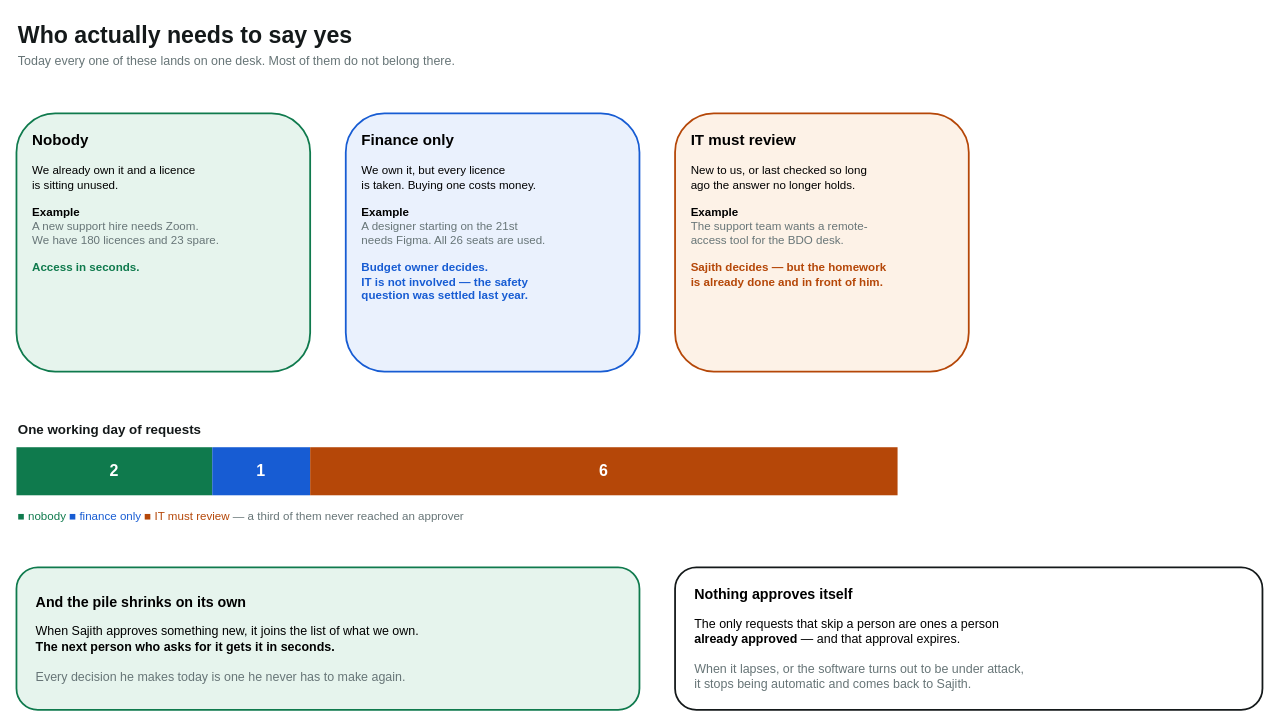
Earlier version of the draw.io diagram page "Who says yes" (2 of 3) of docs/greenlight-business.drawio (lakshitha-dev/greenlight). Source tidied: cells renumbered, new cells numbered last; positions are measured from the earlier drawing's top-left corner, leaving out a move shared by most shapes. Both pictures are drawn from the tidied source at 89%, with x=0, y=0 at pixel (16, 15).
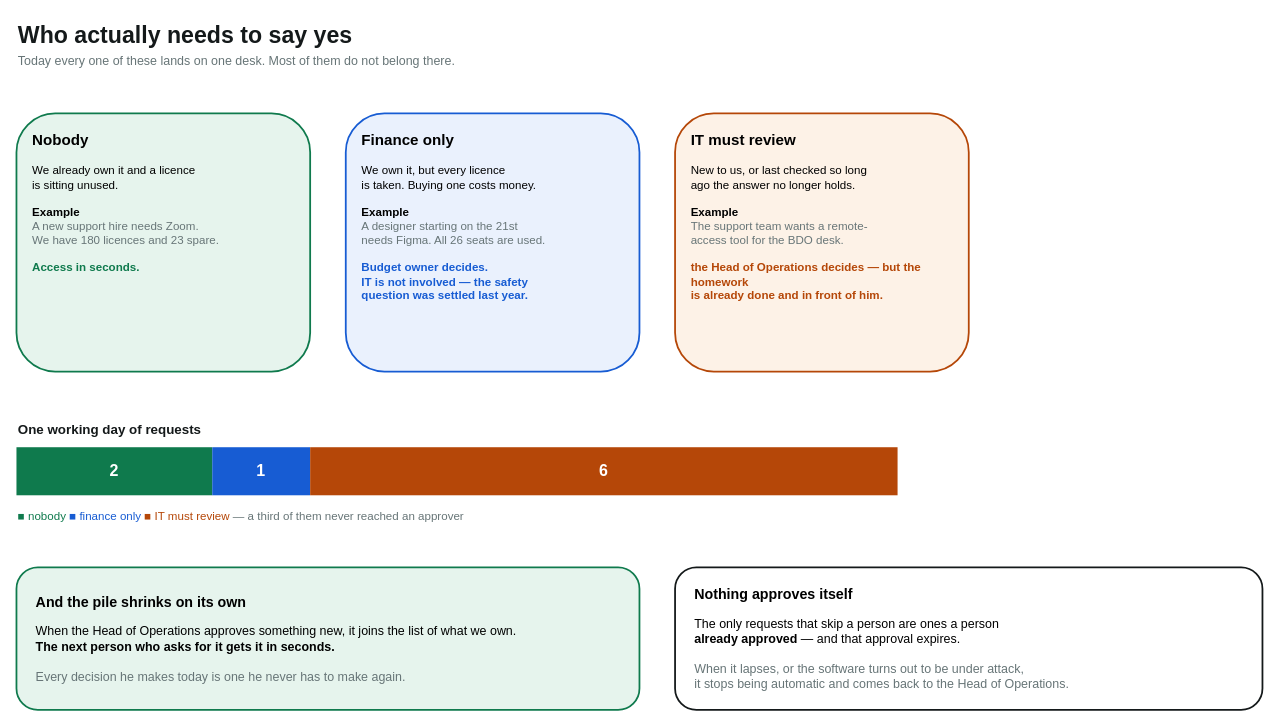
After the change.

Change to the diagram source:
```diff
@@
 <mxGraphModel>
   <root>
     <mxCell id="0" />
     <mxCell id="1" parent="0" />
     <mxCell id="2" value="Who actually needs to say yes" style="text;html=1;align=left;fontSize=26;fontStyle=1;fontColor=#14191a;" parent="1" vertex="1">
       <mxGeometry width="800" height="36" as="geometry" />
     </mxCell>
     <mxCell id="3" value="Today every one of these lands on one desk. Most of them do not belong there." style="text;html=1;align=left;fontSize=14;fontColor=#677577;" parent="1" vertex="1">
       <mxGeometry y="36" width="1000" height="24" as="geometry" />
     </mxCell>
     <mxCell id="4" value="&lt;b style=&quot;font-size:17px&quot;&gt;Nobody&lt;/b&gt;&lt;br&gt;&lt;br&gt;&lt;font style=&quot;font-size:13px&quot;&gt;We already own it and a licence&lt;br&gt;is sitting unused.&lt;br&gt;&lt;br&gt;&lt;b&gt;Example&lt;/b&gt;&lt;br&gt;&lt;font style=&quot;color:#677577&quot;&gt;A new support hire needs Zoom.&lt;br&gt;We have 180 licences and 23 spare.&lt;/font&gt;&lt;br&gt;&lt;br&gt;&lt;b style=&quot;color:#0f7a4d&quot;&gt;Access in seconds.&lt;/b&gt;&lt;/font&gt;" style="rounded=1;whiteSpace=wrap;html=1;fillColor=#e6f4ed;strokeColor=#0f7a4d;strokeWidth=2;fontSize=13;align=left;spacingLeft=16;verticalAlign=top;spacingTop=14;" parent="1" vertex="1">
       <mxGeometry y="110" width="330" height="290" as="geometry" />
     </mxCell>
     <mxCell id="5" value="&lt;b style=&quot;font-size:17px&quot;&gt;Finance only&lt;/b&gt;&lt;br&gt;&lt;br&gt;&lt;font style=&quot;font-size:13px&quot;&gt;We own it, but every licence&lt;br&gt;is taken. Buying one costs money.&lt;br&gt;&lt;br&gt;&lt;b&gt;Example&lt;/b&gt;&lt;br&gt;&lt;font style=&quot;color:#677577&quot;&gt;A designer starting on the 21st&lt;br&gt;needs Figma. All 26 seats are used.&lt;/font&gt;&lt;br&gt;&lt;br&gt;&lt;b style=&quot;color:#175cd3&quot;&gt;Budget owner decides.&lt;br&gt;IT is not involved — the safety&lt;br&gt;question was settled last year.&lt;/b&gt;&lt;/font&gt;" style="rounded=1;whiteSpace=wrap;html=1;fillColor=#eaf1fd;strokeColor=#175cd3;strokeWidth=2;fontSize=13;align=left;spacingLeft=16;verticalAlign=top;spacingTop=14;" parent="1" vertex="1">
       <mxGeometry x="370" y="110" width="330" height="290" as="geometry" />
     </mxCell>
-    <mxCell id="6" value="&lt;b style=&quot;font-size:17px&quot;&gt;IT must review&lt;/b&gt;&lt;br&gt;&lt;br&gt;&lt;font style=&quot;font-size:13px&quot;&gt;New to us, or last checked so long&lt;br&gt;ago the answer no longer holds.&lt;br&gt;&lt;br&gt;&lt;b&gt;Example&lt;/b&gt;&lt;br&gt;&lt;font style=&quot;color:#677577&quot;&gt;The support team wants a remote-&lt;br&gt;access tool for the BDO desk.&lt;/font&gt;&lt;br&gt;&lt;br&gt;&lt;b style=&quot;color:#b54708&quot;&gt;Sajith decides — but the homework&lt;br&gt;is already done and in front of him.&lt;/b&gt;&lt;/font&gt;" style="rounded=1;whiteSpace=wrap;html=1;fillColor=#fdf2e7;strokeColor=#b54708;strokeWidth=2;fontSize=13;align=left;spacingLeft=16;verticalAlign=top;spacingTop=14;" parent="1" vertex="1">
+    <mxCell id="6" value="&lt;b style=&quot;font-size:17px&quot;&gt;IT must review&lt;/b&gt;&lt;br&gt;&lt;br&gt;&lt;font style=&quot;font-size:13px&quot;&gt;New to us, or last checked so long&lt;br&gt;ago the answer no longer holds.&lt;br&gt;&lt;br&gt;&lt;b&gt;Example&lt;/b&gt;&lt;br&gt;&lt;font style=&quot;color:#677577&quot;&gt;The support team wants a remote-&lt;br&gt;access tool for the BDO desk.&lt;/font&gt;&lt;br&gt;&lt;br&gt;&lt;b style=&quot;color:#b54708&quot;&gt;the Head of Operations decides — but the homework&lt;br&gt;is already done and in front of him.&lt;/b&gt;&lt;/font&gt;" style="rounded=1;whiteSpace=wrap;html=1;fillColor=#fdf2e7;strokeColor=#b54708;strokeWidth=2;fontSize=13;align=left;spacingLeft=16;verticalAlign=top;spacingTop=14;" parent="1" vertex="1">
       <mxGeometry x="740" y="110" width="330" height="290" as="geometry" />
     </mxCell>
     <mxCell id="7" value="&lt;b&gt;One working day of requests&lt;/b&gt;" style="text;html=1;align=left;fontSize=15;fontColor=#14191a;" parent="1" vertex="1">
       <mxGeometry y="450" width="500" height="24" as="geometry" />
     </mxCell>
     <mxCell id="8" value="2" style="rounded=0;whiteSpace=wrap;html=1;fillColor=#0f7a4d;strokeColor=none;fontColor=#ffffff;fontSize=18;fontStyle=1;" parent="1" vertex="1">
       <mxGeometry y="485" width="220" height="54" as="geometry" />
     </mxCell>
     <mxCell id="9" value="1" style="rounded=0;whiteSpace=wrap;html=1;fillColor=#175cd3;strokeColor=none;fontColor=#ffffff;fontSize=18;fontStyle=1;" parent="1" vertex="1">
       <mxGeometry x="220" y="485" width="110" height="54" as="geometry" />
     </mxCell>
     <mxCell id="10" value="6" style="rounded=0;whiteSpace=wrap;html=1;fillColor=#b54708;strokeColor=none;fontColor=#ffffff;fontSize=18;fontStyle=1;" parent="1" vertex="1">
       <mxGeometry x="330" y="485" width="660" height="54" as="geometry" />
     </mxCell>
     <mxCell id="11" value="&lt;font style=&quot;color:#0f7a4d&quot;&gt;■ nobody&lt;/font&gt;    &lt;font style=&quot;color:#175cd3&quot;&gt;■ finance only&lt;/font&gt;    &lt;font style=&quot;color:#b54708&quot;&gt;■ IT must review&lt;/font&gt;        &lt;font style=&quot;color:#677577&quot;&gt;— a third of them never reached an approver&lt;/font&gt;" style="text;html=1;align=left;fontSize=13;" parent="1" vertex="1">
       <mxGeometry y="548" width="1000" height="24" as="geometry" />
     </mxCell>
-    <mxCell id="12" value="&lt;b style=&quot;font-size:16px&quot;&gt;And the pile shrinks on its own&lt;/b&gt;&lt;br&gt;&lt;br&gt;&lt;font style=&quot;font-size:14px&quot;&gt;When Sajith approves something new, it joins the list of what we own.&lt;br&gt;&lt;b&gt;The next person who asks for it gets it in seconds.&lt;/b&gt;&lt;br&gt;&lt;br&gt;&lt;font style=&quot;color:#677577&quot;&gt;Every decision he makes today is one he never has to make again.&lt;/font&gt;&lt;/font&gt;" style="rounded=1;whiteSpace=wrap;html=1;fillColor=#e6f4ed;strokeColor=#0f7a4d;strokeWidth=2;fontSize=13;align=left;spacingLeft=20;verticalAlign=middle;" parent="1" vertex="1">
+    <mxCell id="12" value="&lt;b style=&quot;font-size:16px&quot;&gt;And the pile shrinks on its own&lt;/b&gt;&lt;br&gt;&lt;br&gt;&lt;font style=&quot;font-size:14px&quot;&gt;When the Head of Operations approves something new, it joins the list of what we own.&lt;br&gt;&lt;b&gt;The next person who asks for it gets it in seconds.&lt;/b&gt;&lt;br&gt;&lt;br&gt;&lt;font style=&quot;color:#677577&quot;&gt;Every decision he makes today is one he never has to make again.&lt;/font&gt;&lt;/font&gt;" style="rounded=1;whiteSpace=wrap;html=1;fillColor=#e6f4ed;strokeColor=#0f7a4d;strokeWidth=2;fontSize=13;align=left;spacingLeft=20;verticalAlign=middle;" parent="1" vertex="1">
       <mxGeometry y="620" width="700" height="160" as="geometry" />
     </mxCell>
-    <mxCell id="13" value="&lt;b style=&quot;font-size:16px&quot;&gt;Nothing approves itself&lt;/b&gt;&lt;br&gt;&lt;br&gt;&lt;font style=&quot;font-size:14px&quot;&gt;The only requests that skip a person are ones a person&lt;br&gt;&lt;b&gt;already approved&lt;/b&gt; — and that approval expires.&lt;br&gt;&lt;br&gt;&lt;font style=&quot;color:#677577&quot;&gt;When it lapses, or the software turns out to be under attack,&lt;br&gt;it stops being automatic and comes back to Sajith.&lt;/font&gt;&lt;/font&gt;" style="rounded=1;whiteSpace=wrap;html=1;fillColor=#ffffff;strokeColor=#14191a;strokeWidth=2;fontSize=13;align=left;spacingLeft=20;verticalAlign=middle;" parent="1" vertex="1">
+    <mxCell id="13" value="&lt;b style=&quot;font-size:16px&quot;&gt;Nothing approves itself&lt;/b&gt;&lt;br&gt;&lt;br&gt;&lt;font style=&quot;font-size:14px&quot;&gt;The only requests that skip a person are ones a person&lt;br&gt;&lt;b&gt;already approved&lt;/b&gt; — and that approval expires.&lt;br&gt;&lt;br&gt;&lt;font style=&quot;color:#677577&quot;&gt;When it lapses, or the software turns out to be under attack,&lt;br&gt;it stops being automatic and comes back to the Head of Operations.&lt;/font&gt;&lt;/font&gt;" style="rounded=1;whiteSpace=wrap;html=1;fillColor=#ffffff;strokeColor=#14191a;strokeWidth=2;fontSize=13;align=left;spacingLeft=20;verticalAlign=middle;" parent="1" vertex="1">
       <mxGeometry x="740" y="620" width="660" height="160" as="geometry" />
     </mxCell>
   </root>
 </mxGraphModel>
```
